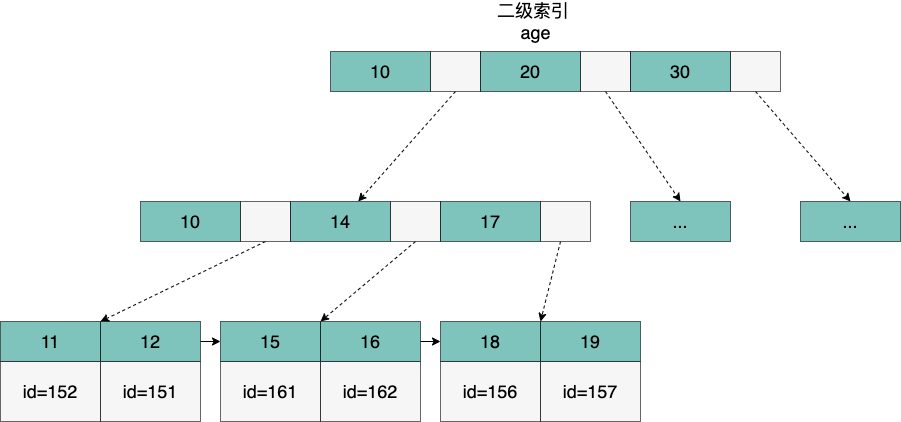
This is img/mysql/mysql-b+tree-secondry-key.png from boilingfrog/Go-POINT, a draw.io export, as it was before one commit. Source tidied: cells renumbered, new cells last; positions are measured from the earlier drawing's top-left corner, leaving out a move shared by most shapes. The source it was exported from:
```xml
<mxGraphModel>
  <root>
    <mxCell id="0" />
    <mxCell id="1" parent="0" />
    <mxCell id="2" value="10" style="rounded=0;whiteSpace=wrap;html=1;fontSize=18;fillColor=#2A9D8F;opacity=60;" parent="1" vertex="1">
      <mxGeometry x="330" y="50" width="100" height="40" as="geometry" />
    </mxCell>
    <mxCell id="3" style="html=1;dashed=1;fontSize=18;startArrow=none;startFill=0;endArrow=classic;endFill=1;exitX=0.5;exitY=1;exitDx=0;exitDy=0;" parent="1" edge="1" source="4" target="12">
      <mxGeometry relative="1" as="geometry" />
    </mxCell>
    <mxCell id="4" style="rounded=0;whiteSpace=wrap;html=1;fontSize=18;fillColor=#F0F0F0;opacity=60;" parent="1" vertex="1">
      <mxGeometry x="430" y="50" width="50" height="40" as="geometry" />
    </mxCell>
    <mxCell id="5" value="20" style="rounded=0;whiteSpace=wrap;html=1;fontSize=18;fillColor=#2A9D8F;opacity=60;" parent="1" vertex="1">
      <mxGeometry x="480" y="50" width="100" height="40" as="geometry" />
    </mxCell>
    <mxCell id="6" style="edgeStyle=none;html=1;entryX=0.5;entryY=0;entryDx=0;entryDy=0;dashed=1;fontSize=18;startArrow=none;startFill=0;endArrow=classic;endFill=1;exitX=0.5;exitY=1;exitDx=0;exitDy=0;" parent="1" edge="1" source="7" target="20">
      <mxGeometry relative="1" as="geometry" />
    </mxCell>
    <mxCell id="7" style="rounded=0;whiteSpace=wrap;html=1;fontSize=18;fillColor=#F0F0F0;opacity=60;" parent="1" vertex="1">
      <mxGeometry x="580" y="50" width="50" height="40" as="geometry" />
    </mxCell>
    <mxCell id="8" value="30" style="rounded=0;whiteSpace=wrap;html=1;fontSize=18;fillColor=#2A9D8F;opacity=60;" parent="1" vertex="1">
      <mxGeometry x="630" y="50" width="100" height="40" as="geometry" />
    </mxCell>
    <mxCell id="9" value="10" style="rounded=0;whiteSpace=wrap;html=1;fontSize=18;fillColor=#2A9D8F;opacity=60;" parent="1" vertex="1">
      <mxGeometry x="140" y="200" width="100" height="40" as="geometry" />
    </mxCell>
    <mxCell id="10" style="edgeStyle=none;html=1;entryX=0;entryY=0;entryDx=0;entryDy=0;dashed=1;fontSize=18;startArrow=none;startFill=0;endArrow=classic;endFill=1;exitX=0.5;exitY=1;exitDx=0;exitDy=0;" parent="1" edge="1" source="11" target="18">
      <mxGeometry relative="1" as="geometry" />
    </mxCell>
    <mxCell id="11" style="rounded=0;whiteSpace=wrap;html=1;fontSize=18;fillColor=#F0F0F0;opacity=60;" parent="1" vertex="1">
      <mxGeometry x="240" y="200" width="50" height="40" as="geometry" />
    </mxCell>
    <mxCell id="12" value="14" style="rounded=0;whiteSpace=wrap;html=1;fontSize=18;fillColor=#2A9D8F;opacity=60;" parent="1" vertex="1">
      <mxGeometry x="290" y="200" width="100" height="40" as="geometry" />
    </mxCell>
    <mxCell id="13" style="edgeStyle=none;html=1;entryX=1;entryY=0;entryDx=0;entryDy=0;dashed=1;fontSize=18;startArrow=none;startFill=0;endArrow=classic;endFill=1;exitX=0.5;exitY=1;exitDx=0;exitDy=0;" parent="1" edge="1" source="14" target="19">
      <mxGeometry relative="1" as="geometry" />
    </mxCell>
    <mxCell id="14" style="rounded=0;whiteSpace=wrap;html=1;fontSize=18;fillColor=#F0F0F0;opacity=60;" parent="1" vertex="1">
      <mxGeometry x="390" y="200" width="50" height="40" as="geometry" />
    </mxCell>
    <mxCell id="15" value="17" style="rounded=0;whiteSpace=wrap;html=1;fontSize=18;fillColor=#2A9D8F;opacity=60;" parent="1" vertex="1">
      <mxGeometry x="440" y="200" width="100" height="40" as="geometry" />
    </mxCell>
    <mxCell id="16" value="11" style="rounded=0;whiteSpace=wrap;html=1;fontSize=18;fillColor=#2A9D8F;opacity=60;" parent="1" vertex="1">
      <mxGeometry y="320" width="100" height="40" as="geometry" />
    </mxCell>
    <mxCell id="17" style="edgeStyle=none;html=1;entryX=0;entryY=0.5;entryDx=0;entryDy=0;fontSize=18;" parent="1" edge="1" source="18" target="19">
      <mxGeometry relative="1" as="geometry" />
    </mxCell>
    <mxCell id="18" value="12" style="rounded=0;whiteSpace=wrap;html=1;fontSize=18;fillColor=#2A9D8F;opacity=60;" parent="1" vertex="1">
      <mxGeometry x="100" y="320" width="100" height="40" as="geometry" />
    </mxCell>
    <mxCell id="19" value="15" style="rounded=0;whiteSpace=wrap;html=1;fontSize=18;fillColor=#2A9D8F;opacity=60;" parent="1" vertex="1">
      <mxGeometry x="220" y="320" width="100" height="40" as="geometry" />
    </mxCell>
    <mxCell id="20" value="..." style="rounded=0;whiteSpace=wrap;html=1;fontSize=18;fillColor=#2A9D8F;opacity=60;" parent="1" vertex="1">
      <mxGeometry x="630" y="200" width="100" height="40" as="geometry" />
    </mxCell>
    <mxCell id="21" value="..." style="rounded=0;whiteSpace=wrap;html=1;fontSize=18;fillColor=#2A9D8F;opacity=60;" parent="1" vertex="1">
      <mxGeometry x="800" y="200" width="100" height="40" as="geometry" />
    </mxCell>
    <mxCell id="22" style="edgeStyle=none;html=1;entryX=0.5;entryY=0;entryDx=0;entryDy=0;dashed=1;fontSize=18;startArrow=none;startFill=0;endArrow=classic;endFill=1;exitX=0.5;exitY=1;exitDx=0;exitDy=0;" parent="1" edge="1" source="23" target="21">
      <mxGeometry relative="1" as="geometry" />
    </mxCell>
    <mxCell id="23" style="rounded=0;whiteSpace=wrap;html=1;fontSize=18;fillColor=#F0F0F0;opacity=60;" parent="1" vertex="1">
      <mxGeometry x="730" y="50" width="50" height="40" as="geometry" />
    </mxCell>
    <mxCell id="24" style="edgeStyle=none;html=1;fontSize=18;" parent="1" edge="1" source="25" target="26">
      <mxGeometry relative="1" as="geometry" />
    </mxCell>
    <mxCell id="25" value="16" style="rounded=0;whiteSpace=wrap;html=1;fontSize=18;fillColor=#2A9D8F;opacity=60;" parent="1" vertex="1">
      <mxGeometry x="320" y="320" width="100" height="40" as="geometry" />
    </mxCell>
    <mxCell id="26" value="18" style="rounded=0;whiteSpace=wrap;html=1;fontSize=18;fillColor=#2A9D8F;opacity=60;" parent="1" vertex="1">
      <mxGeometry x="440" y="320" width="100" height="40" as="geometry" />
    </mxCell>
    <mxCell id="27" value="19" style="rounded=0;whiteSpace=wrap;html=1;fontSize=18;fillColor=#2A9D8F;opacity=60;" parent="1" vertex="1">
      <mxGeometry x="540" y="320" width="100" height="40" as="geometry" />
    </mxCell>
    <mxCell id="28" value="id=152" style="rounded=0;whiteSpace=wrap;html=1;fontSize=18;fillColor=#F0F0F0;opacity=60;" parent="1" vertex="1">
      <mxGeometry y="360" width="100" height="60" as="geometry" />
    </mxCell>
    <mxCell id="29" value="id=151" style="rounded=0;whiteSpace=wrap;html=1;fontSize=18;fillColor=#F0F0F0;opacity=60;" parent="1" vertex="1">
      <mxGeometry x="100" y="360" width="100" height="60" as="geometry" />
    </mxCell>
    <mxCell id="30" style="edgeStyle=none;html=1;entryX=1;entryY=0;entryDx=0;entryDy=0;dashed=1;fontSize=18;startArrow=none;startFill=0;endArrow=classic;endFill=1;" parent="1" edge="1" source="31" target="26">
      <mxGeometry relative="1" as="geometry" />
    </mxCell>
    <mxCell id="31" style="rounded=0;whiteSpace=wrap;html=1;fontSize=18;fillColor=#F0F0F0;opacity=60;" parent="1" vertex="1">
      <mxGeometry x="540" y="200" width="50" height="40" as="geometry" />
    </mxCell>
    <mxCell id="32" value="id=161" style="rounded=0;whiteSpace=wrap;html=1;fontSize=18;fillColor=#F0F0F0;opacity=60;" parent="1" vertex="1">
      <mxGeometry x="220" y="360" width="100" height="60" as="geometry" />
    </mxCell>
    <mxCell id="33" value="id=162" style="rounded=0;whiteSpace=wrap;html=1;fontSize=18;fillColor=#F0F0F0;opacity=60;" parent="1" vertex="1">
      <mxGeometry x="320" y="360" width="100" height="60" as="geometry" />
    </mxCell>
    <mxCell id="34" value="id=156" style="rounded=0;whiteSpace=wrap;html=1;fontSize=18;fillColor=#F0F0F0;opacity=60;" parent="1" vertex="1">
      <mxGeometry x="440" y="360" width="100" height="60" as="geometry" />
    </mxCell>
    <mxCell id="35" value="id=157" style="rounded=0;whiteSpace=wrap;html=1;fontSize=18;fillColor=#F0F0F0;opacity=60;" parent="1" vertex="1">
      <mxGeometry x="540" y="360" width="100" height="60" as="geometry" />
    </mxCell>
    <mxCell id="36" value="&lt;span style=&quot;font-size: 18px&quot;&gt;二级索引 &lt;br&gt;age&lt;/span&gt;" style="text;html=1;align=center;verticalAlign=middle;strokeColor=none;fillColor=none;" parent="1" vertex="1">
      <mxGeometry x="490" width="90" height="40" as="geometry" />
    </mxCell>
  </root>
</mxGraphModel>
```
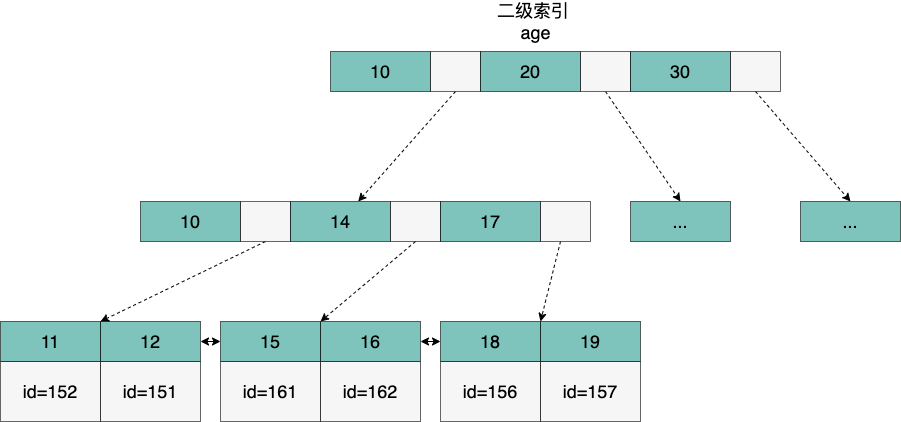
The same file after the commit.

Commit message:
feat:MySQL 中的索引

What changed in the source:
```diff
@@ -47,7 +47,7 @@
     <mxCell id="16" value="11" style="rounded=0;whiteSpace=wrap;html=1;fontSize=18;fillColor=#2A9D8F;opacity=60;" parent="1" vertex="1">
       <mxGeometry y="320" width="100" height="40" as="geometry" />
     </mxCell>
-    <mxCell id="17" style="edgeStyle=none;html=1;entryX=0;entryY=0.5;entryDx=0;entryDy=0;fontSize=18;" parent="1" edge="1" source="18" target="19">
+    <mxCell id="17" style="edgeStyle=none;html=1;entryX=0;entryY=0.5;entryDx=0;entryDy=0;fontSize=18;startArrow=classic;startFill=1;" parent="1" edge="1" source="18" target="19">
       <mxGeometry relative="1" as="geometry" />
     </mxCell>
     <mxCell id="18" value="12" style="rounded=0;whiteSpace=wrap;html=1;fontSize=18;fillColor=#2A9D8F;opacity=60;" parent="1" vertex="1">
@@ -68,7 +68,7 @@
     <mxCell id="23" style="rounded=0;whiteSpace=wrap;html=1;fontSize=18;fillColor=#F0F0F0;opacity=60;" parent="1" vertex="1">
       <mxGeometry x="730" y="50" width="50" height="40" as="geometry" />
     </mxCell>
-    <mxCell id="24" style="edgeStyle=none;html=1;fontSize=18;" parent="1" edge="1" source="25" target="26">
+    <mxCell id="24" style="edgeStyle=none;html=1;fontSize=18;startArrow=classic;startFill=1;" parent="1" edge="1" source="25" target="26">
       <mxGeometry relative="1" as="geometry" />
     </mxCell>
     <mxCell id="25" value="16" style="rounded=0;whiteSpace=wrap;html=1;fontSize=18;fillColor=#2A9D8F;opacity=60;" parent="1" vertex="1">
```
